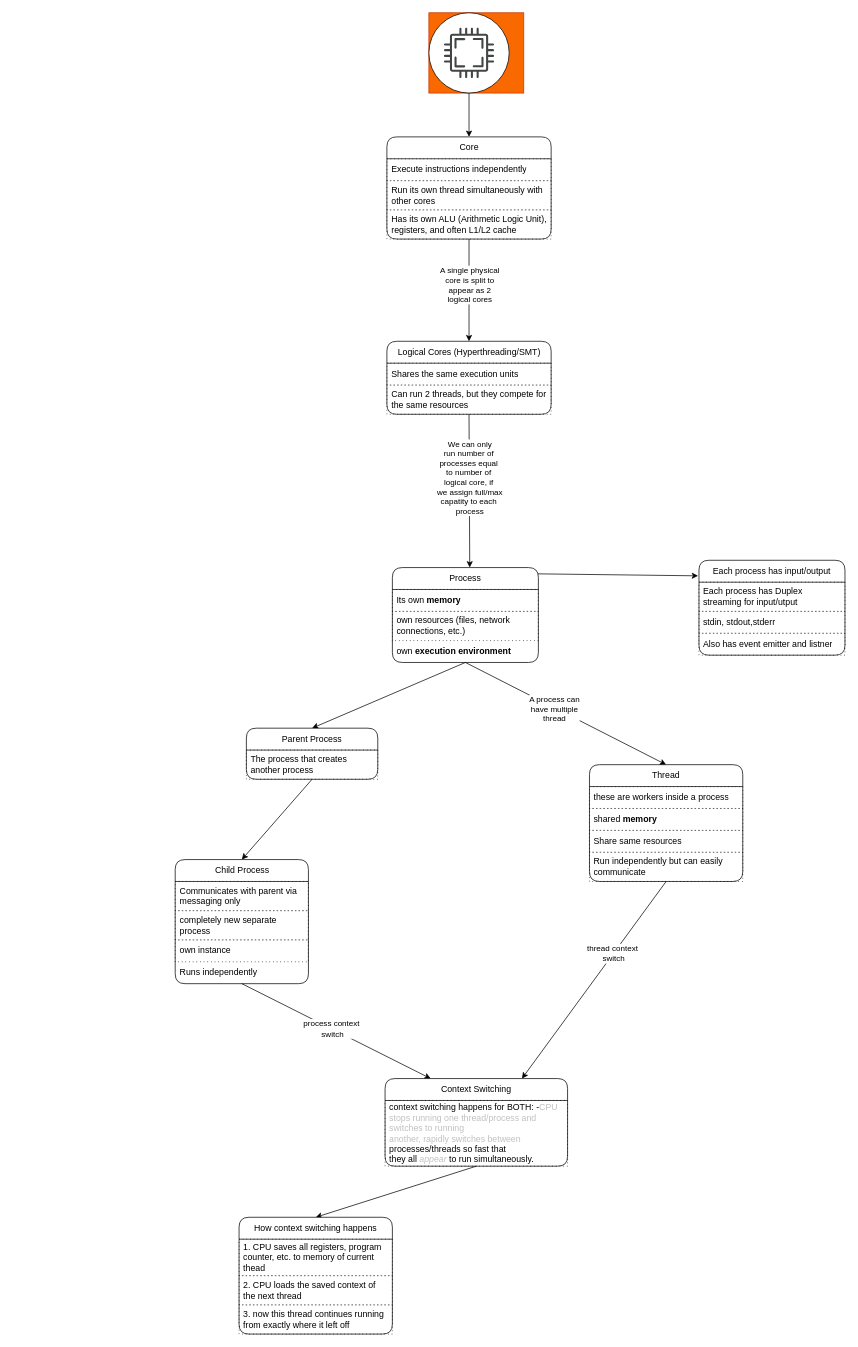
Before: os/cpu/cpu.dio in knkrn5/Programming-Concepts, a draw.io diagram. Source tidied: cells renumbered, new cells numbered last; positions are measured from the earlier drawing's top-left corner, leaving out a move shared by most shapes. Both pictures are drawn from the tidied source at 73%, with x=0, y=0 at pixel (174, 12).
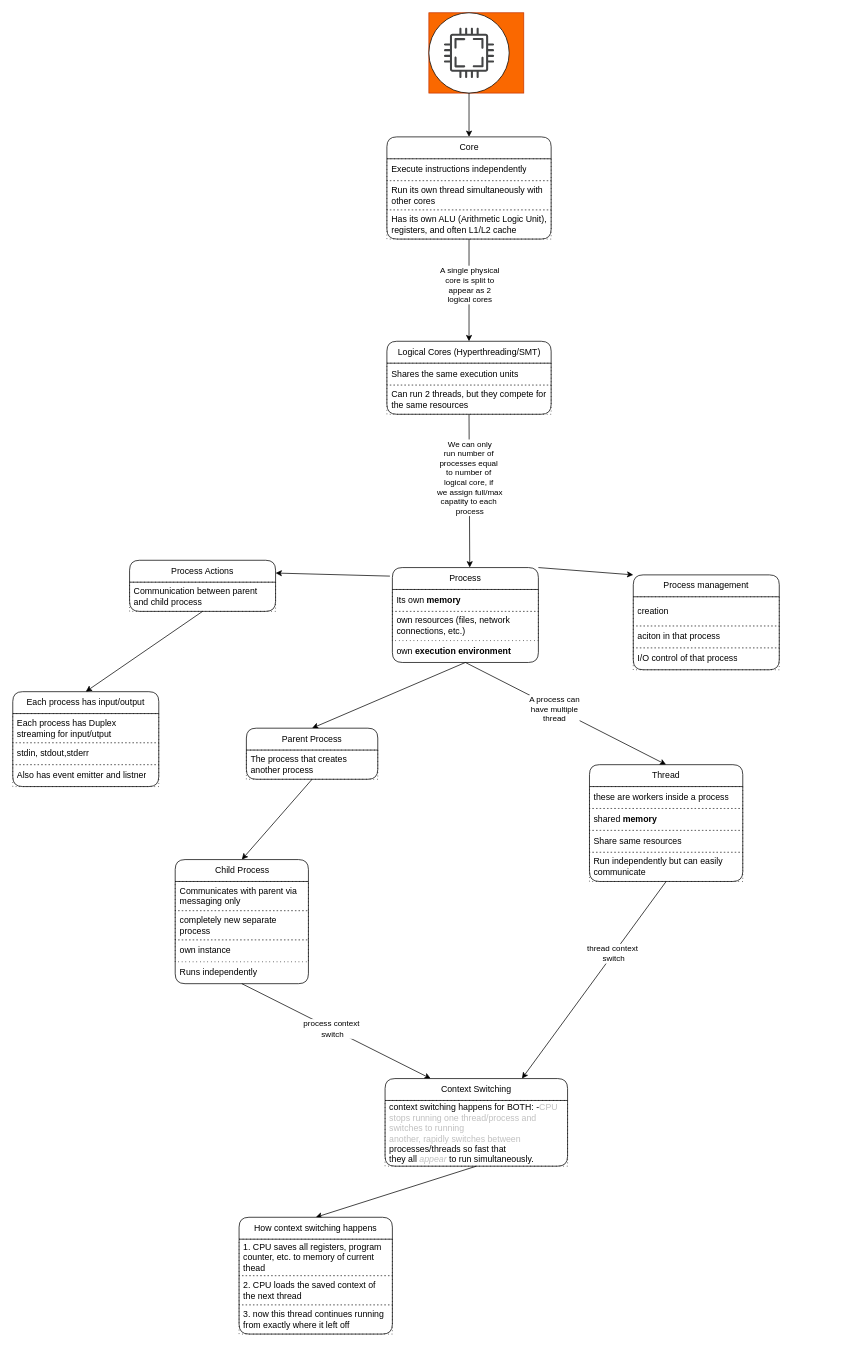
After the change.

Unchanged cells that the change refers to:
```xml
<mxCell id="14" value="Process" style="swimlane;fontStyle=0;horizontal=1;startSize=30;whiteSpace=wrap;html=1;rounded=1;" parent="1" vertex="1">
  <mxGeometry x="298" y="760" width="200" height="130" as="geometry" />
</mxCell>
```

Diff of the diagram source:
```diff
@@
-    <mxCell id="13" style="edgeStyle=none;html=1;exitX=0.988;exitY=0.066;exitDx=0;exitDy=0;entryX=-0.006;entryY=0.164;entryDx=0;entryDy=0;entryPerimeter=0;exitPerimeter=0;flowAnimation=1;" parent="1" edge="1" source="14" target="18">
-      <mxGeometry relative="1" as="geometry" />
-    </mxCell>
+    <mxCell id="53" style="edgeStyle=none;html=1;exitX=-0.017;exitY=0.09;exitDx=0;exitDy=0;entryX=1;entryY=0.25;entryDx=0;entryDy=0;exitPerimeter=0;flowAnimation=1;" parent="1" edge="1" source="14" target="60">
+      <mxGeometry relative="1" as="geometry" />
+    </mxCell>
+    <mxCell id="54" style="edgeStyle=none;html=1;exitX=1;exitY=0;exitDx=0;exitDy=0;entryX=0;entryY=0;entryDx=0;entryDy=0;" parent="1" edge="1" source="14" target="55">
+      <mxGeometry relative="1" as="geometry" />
+    </mxCell>
@@
     <mxCell id="18" value="Each process has input/output" style="swimlane;fontStyle=0;horizontal=1;startSize=30;whiteSpace=wrap;html=1;rounded=1;" parent="1" vertex="1">
-      <mxGeometry x="718" y="750" width="200" height="130" as="geometry" />
+      <mxGeometry x="-222" y="930" width="200" height="130" as="geometry" />
     </mxCell>
@@
+    <mxCell id="55" value="Process management" style="swimlane;fontStyle=0;horizontal=1;startSize=30;whiteSpace=wrap;html=1;rounded=1;" parent="1" vertex="1">
+      <mxGeometry x="628" y="770" width="200" height="130" as="geometry" />
+    </mxCell>
+    <mxCell id="56" value="creation" style="text;strokeColor=default;fillColor=none;align=left;verticalAlign=middle;spacingLeft=4;spacingRight=4;overflow=hidden;whiteSpace=wrap;html=1;dashed=1;dashPattern=1 4;" parent="55" vertex="1">
+      <mxGeometry y="30" width="200" height="40" as="geometry" />
+    </mxCell>
+    <mxCell id="57" value="aciton in that process" style="text;strokeColor=default;fillColor=none;align=left;verticalAlign=middle;spacingLeft=4;spacingRight=4;overflow=hidden;whiteSpace=wrap;html=1;dashed=1;dashPattern=1 4;" parent="55" vertex="1">
+      <mxGeometry y="70" width="200" height="30" as="geometry" />
+    </mxCell>
+    <mxCell id="58" value="I/O control of that process" style="text;strokeColor=default;fillColor=none;align=left;verticalAlign=middle;spacingLeft=4;spacingRight=4;overflow=hidden;whiteSpace=wrap;html=1;dashed=1;dashPattern=1 4;" parent="55" vertex="1">
+      <mxGeometry y="100" width="200" height="30" as="geometry" />
+    </mxCell>
+    <mxCell id="59" style="edgeStyle=none;html=1;exitX=0.5;exitY=1;exitDx=0;exitDy=0;entryX=0.5;entryY=0;entryDx=0;entryDy=0;flowAnimation=1;" parent="1" edge="1" source="60" target="18">
+      <mxGeometry relative="1" as="geometry" />
+    </mxCell>
+    <mxCell id="60" value="Process Actions" style="swimlane;fontStyle=0;horizontal=1;startSize=30;whiteSpace=wrap;html=1;rounded=1;" parent="1" vertex="1">
+      <mxGeometry x="-62" y="750" width="200" height="70" as="geometry" />
+    </mxCell>
+    <mxCell id="61" value="Communication between parent and child process" style="text;strokeColor=default;fillColor=none;align=left;verticalAlign=middle;spacingLeft=4;spacingRight=4;overflow=hidden;whiteSpace=wrap;html=1;dashed=1;dashPattern=1 4;" parent="60" vertex="1">
+      <mxGeometry y="30" width="200" height="40" as="geometry" />
+    </mxCell>
```
